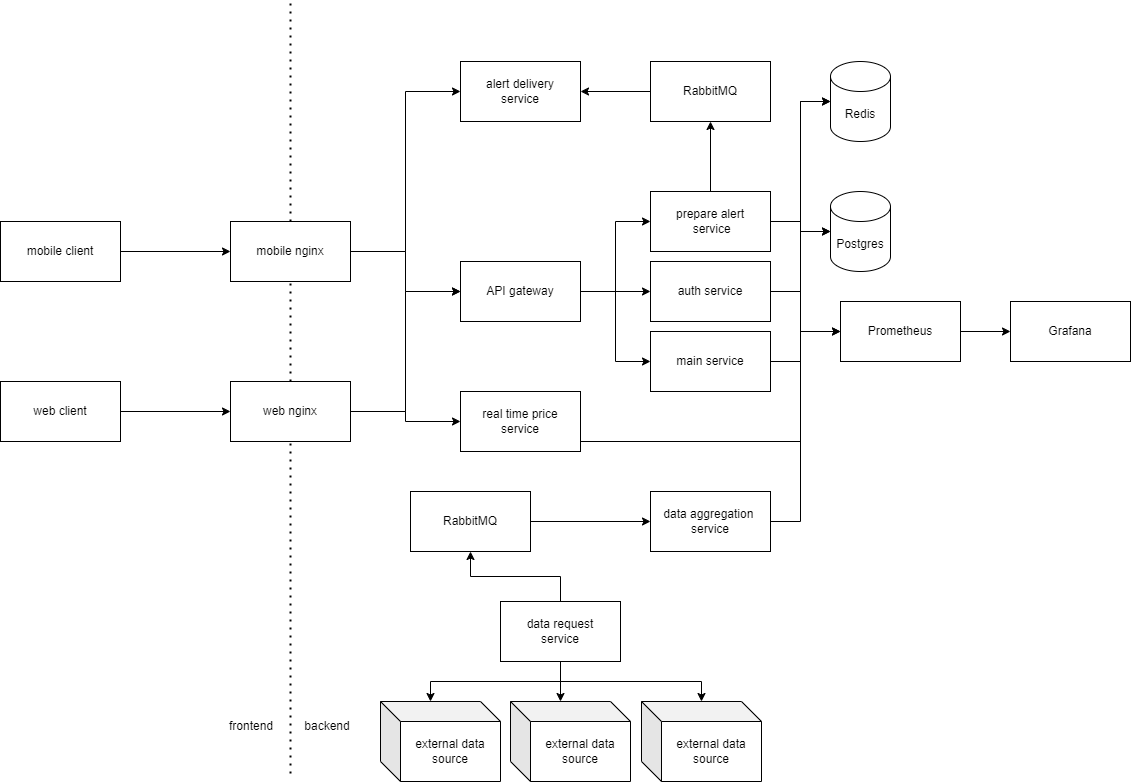
Above: image-10.png in MaratKamalovPD/Highload_Coinmarketcap (draw.io), before the change. Source tidied: cells renumbered, new cells last; positions are measured from the earlier drawing's top-left corner, leaving out a move shared by most shapes.
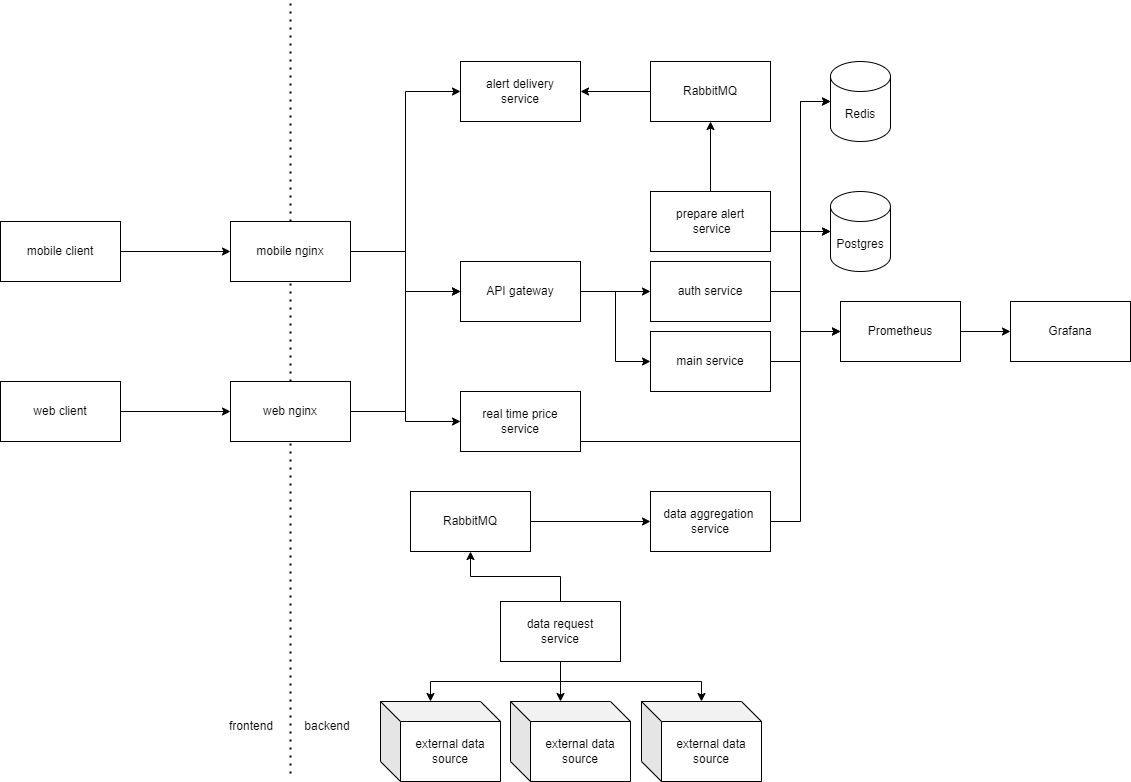
Later version of the same file.

Commit message:
before defence fixes

The edit, as a diff of the source:
```diff
@@ -44,9 +44,6 @@
     <mxCell id="14" style="edgeStyle=orthogonalEdgeStyle;rounded=0;jettySize=auto;html=1;exitX=1;exitY=0.5;exitDx=0;exitDy=0;entryX=0;entryY=0.5;entryDx=0;entryDy=0;" parent="1" edge="1" source="16" target="32">
       <mxGeometry relative="1" as="geometry" />
     </mxCell>
-    <mxCell id="15" style="edgeStyle=orthogonalEdgeStyle;rounded=0;jettySize=auto;html=1;exitX=1;exitY=0.5;exitDx=0;exitDy=0;entryX=0;entryY=0.5;entryDx=0;entryDy=0;" parent="1" edge="1" source="16" target="26">
-      <mxGeometry relative="1" as="geometry" />
-    </mxCell>
     <mxCell id="16" value="API gateway" style="rounded=0;whiteSpace=wrap;html=1;" parent="1" vertex="1">
       <mxGeometry x="460" y="260" width="120" height="60" as="geometry" />
     </mxCell>
@@ -116,7 +113,13 @@
       <mxGeometry relative="1" as="geometry" />
     </mxCell>
     <mxCell id="37" style="edgeStyle=orthogonalEdgeStyle;rounded=0;jettySize=auto;html=1;exitX=1;exitY=0.5;exitDx=0;exitDy=0;entryX=0;entryY=0.5;entryDx=0;entryDy=0;entryPerimeter=0;" parent="1" edge="1" source="26" target="33">
-      <mxGeometry relative="1" as="geometry" />
+      <mxGeometry relative="1" as="geometry">
+        <Array as="points">
+          <mxPoint x="770" y="230" />
+          <mxPoint x="800" y="230" />
+          <mxPoint x="800" y="100" />
+        </Array>
+      </mxGeometry>
     </mxCell>
     <mxCell id="38" style="edgeStyle=orthogonalEdgeStyle;rounded=0;jettySize=auto;html=1;exitX=1;exitY=0.5;exitDx=0;exitDy=0;entryX=0;entryY=0.5;entryDx=0;entryDy=0;entryPerimeter=0;" parent="1" edge="1" source="19" target="33">
       <mxGeometry relative="1" as="geometry" />
```
